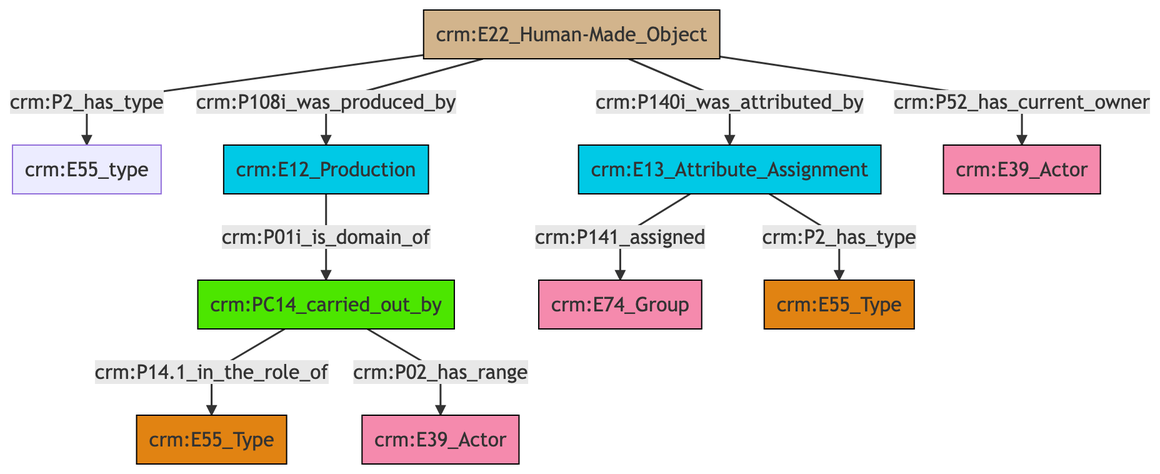
Earlier version of the Mermaid export et/builtWorkCSV/ttl/mmd/png/Built_Work_actor_relations.png (ncarboni/srdm). Its source is kept beside it as et/builtWorkCSV/ttl/mmd/Built_Work_actor_relations.ttl.mmd.
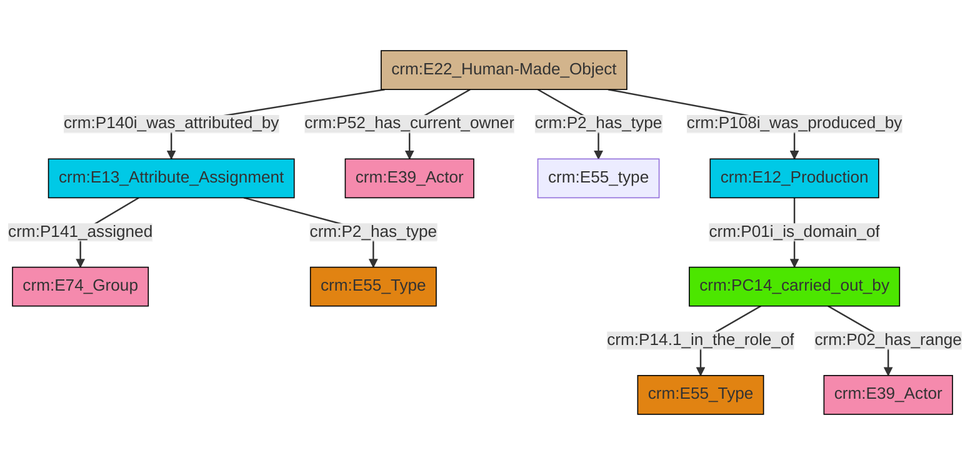
The same file after the commit.

Change to the diagram source:
```diff
@@ -13,12 +13,12 @@
 classDef PC_Classes fill:#4ce600, stroke:#000000;
 classDef Multi fill:#cccccc,stroke:#000000;
 
-0["crm:E13_Attribute_Assignment"]:::Temporal_Entity -->|crm:P141_assigned| 1["crm:E74_Group"]:::Actor
-2["crm:PC14_carried_out_by"]:::PC_Classes -->|crm:P14.1_in_the_role_of| 3["crm:E55_Type"]:::Type
-4["crm:E22_Human-Made_Object"]:::Physical_Thing -->|crm:P2_has_type| 5["crm:E55_type"]:::Default
-12["crm:E12_Production"]:::Temporal_Entity -->|crm:P01i_is_domain_of| 2["crm:PC14_carried_out_by"]:::PC_Classes
-4["crm:E22_Human-Made_Object"]:::Physical_Thing -->|crm:P108i_was_produced_by| 12["crm:E12_Production"]:::Temporal_Entity
-0["crm:E13_Attribute_Assignment"]:::Temporal_Entity -->|crm:P2_has_type| 10["crm:E55_Type"]:::Type
-4["crm:E22_Human-Made_Object"]:::Physical_Thing -->|crm:P140i_was_attributed_by| 0["crm:E13_Attribute_Assignment"]:::Temporal_Entity
-4["crm:E22_Human-Made_Object"]:::Physical_Thing -->|crm:P52_has_current_owner| 7["crm:E39_Actor"]:::Actor
-2["crm:PC14_carried_out_by"]:::PC_Classes -->|crm:P02_has_range| 18["crm:E39_Actor"]:::Actor
+2["crm:E22_Human-Made_Object"]:::Physical_Thing -->|crm:P140i_was_attributed_by| 3["crm:E13_Attribute_Assignment"]:::Temporal_Entity
+2["crm:E22_Human-Made_Object"]:::Physical_Thing -->|crm:P52_has_current_owner| 4["crm:E39_Actor"]:::Actor
+2["crm:E22_Human-Made_Object"]:::Physical_Thing -->|crm:P2_has_type| 7["crm:E55_type"]:::Default
+5["crm:E12_Production"]:::Temporal_Entity -->|crm:P01i_is_domain_of| 8["crm:PC14_carried_out_by"]:::PC_Classes
+2["crm:E22_Human-Made_Object"]:::Physical_Thing -->|crm:P108i_was_produced_by| 5["crm:E12_Production"]:::Temporal_Entity
+3["crm:E13_Attribute_Assignment"]:::Temporal_Entity -->|crm:P141_assigned| 13["crm:E74_Group"]:::Actor
+8["crm:PC14_carried_out_by"]:::PC_Classes -->|crm:P14.1_in_the_role_of| 15["crm:E55_Type"]:::Type
+3["crm:E13_Attribute_Assignment"]:::Temporal_Entity -->|crm:P2_has_type| 0["crm:E55_Type"]:::Type
+8["crm:PC14_carried_out_by"]:::PC_Classes -->|crm:P02_has_range| 9["crm:E39_Actor"]:::Actor
```
